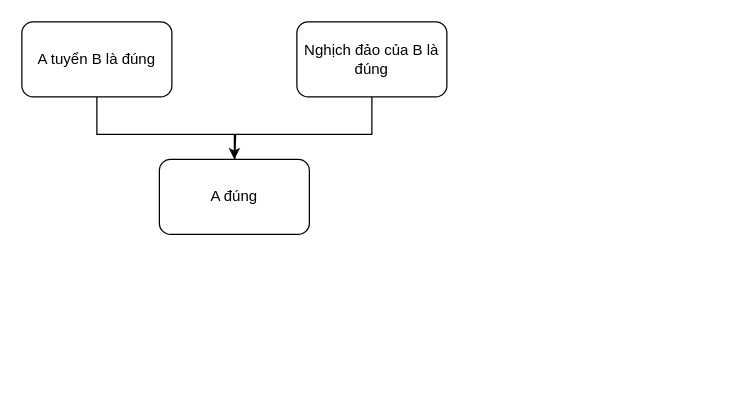
Above: AI.drawio in frozenproof/dactaphanmem (draw.io), before the change. Source tidied: cells renumbered, new cells numbered last; positions are measured from the earlier drawing's top-left corner, leaving out a move shared by most shapes. Both pictures are drawn from the tidied source at 125%, with x=0, y=0 at pixel (21, 21).
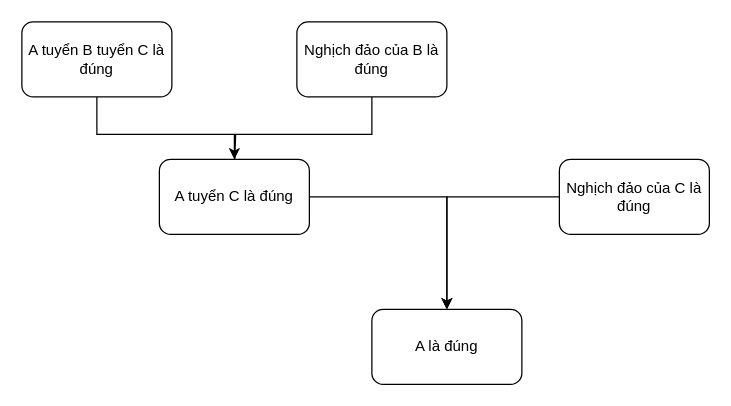
The same page after the edit.

Diff of the diagram source:
```diff
@@
 <mxGraphModel>
   <root>
     <mxCell id="0" />
     <mxCell id="1" parent="0" />
     <mxCell id="2" style="edgeStyle=orthogonalEdgeStyle;rounded=0;jettySize=auto;html=1;" parent="1" edge="1" source="3" target="6">
       <mxGeometry relative="1" as="geometry">
         <Array as="points">
           <mxPoint x="60" y="90" />
           <mxPoint x="170" y="90" />
         </Array>
       </mxGeometry>
     </mxCell>
-    <mxCell id="3" value="A tuyển B là đúng" style="rounded=1;whiteSpace=wrap;html=1;" parent="1" vertex="1">
+    <mxCell id="3" value="A tuyển B tuyển C là đúng" style="rounded=1;whiteSpace=wrap;html=1;" parent="1" vertex="1">
       <mxGeometry width="120" height="60" as="geometry" />
     </mxCell>
     <mxCell id="4" style="edgeStyle=orthogonalEdgeStyle;rounded=0;jettySize=auto;html=1;" parent="1" edge="1" source="5">
       <mxGeometry relative="1" as="geometry">
         <mxPoint x="170" y="120" as="targetPoint" />
         <Array as="points">
           <mxPoint x="280" y="90" />
           <mxPoint x="171" y="90" />
         </Array>
       </mxGeometry>
     </mxCell>
     <mxCell id="5" value="Nghịch đảo của B là đúng" style="rounded=1;whiteSpace=wrap;html=1;" parent="1" vertex="1">
       <mxGeometry x="220" width="120" height="60" as="geometry" />
     </mxCell>
+    <mxCell id="7" style="edgeStyle=orthogonalEdgeStyle;rounded=0;jettySize=auto;html=1;" parent="1" edge="1" source="6" target="10">
+      <mxGeometry relative="1" as="geometry" />
+    </mxCell>
-    <mxCell id="6" value="A đúng" style="rounded=1;whiteSpace=wrap;html=1;" parent="1" vertex="1">
+    <mxCell id="6" value="A tuyển C là đúng" style="rounded=1;whiteSpace=wrap;html=1;" parent="1" vertex="1">
       <mxGeometry x="110" y="110" width="120" height="60" as="geometry" />
     </mxCell>
+    <mxCell id="8" style="edgeStyle=orthogonalEdgeStyle;rounded=0;jettySize=auto;html=1;" parent="1" edge="1" source="9" target="10">
+      <mxGeometry relative="1" as="geometry" />
+    </mxCell>
+    <mxCell id="9" value="Nghịch đảo của C là đúng" style="rounded=1;whiteSpace=wrap;html=1;" parent="1" vertex="1">
+      <mxGeometry x="430" y="110" width="120" height="60" as="geometry" />
+    </mxCell>
+    <mxCell id="10" value="A là đúng" style="rounded=1;whiteSpace=wrap;html=1;" parent="1" vertex="1">
+      <mxGeometry x="280" y="230" width="120" height="60" as="geometry" />
+    </mxCell>
   </root>
 </mxGraphModel>
```
